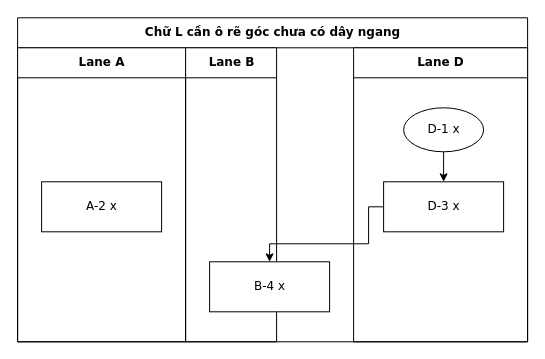
Before: conformance/merge/fuzz-12/flow.drawio in luytbq/flowcast, a draw.io diagram. Source tidied: cells renumbered, new cells numbered last; positions are measured from the earlier drawing's top-left corner, leaving out a move shared by most shapes. Both pictures are drawn from the tidied source at 100%, with x=0, y=0 at pixel (17, 17).
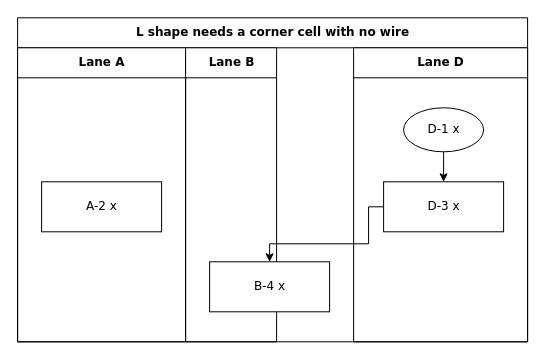
After the change.

What changed in the source:
```diff
@@
 <mxGraphModel>
   <root>
     <mxCell id="0" />
     <mxCell id="1" parent="0" />
-    <mxCell id="2" value="Chữ L cần ô rẽ góc chưa có dây ngang" style="swimlane;html=1;startSize=30;fontStyle=1;fontFamily=Verdana;fontSize=12;flowtable=1;" parent="1" vertex="1">
+    <mxCell id="2" value="L shape needs a corner cell with no wire" style="swimlane;html=1;startSize=30;fontStyle=1;fontFamily=Verdana;fontSize=12;flowtable=1;" parent="1" vertex="1">
       <mxGeometry x="0.1" y="0.3" width="510" height="324" as="geometry" />
     </mxCell>
     <mxCell id="3" value="Lane A" style="swimlane;html=1;startSize=30;fontFamily=Verdana;fontSize=12;flowtable=1;" parent="2" vertex="1">
       <mxGeometry y="30" width="168" height="294" as="geometry" />
     </mxCell>
     <mxCell id="4" value="Lane B" style="swimlane;html=1;startSize=30;fontFamily=Verdana;fontSize=12;flowtable=1;" parent="2" vertex="1">
       <mxGeometry x="168" y="30" width="91" height="294" as="geometry" />
     </mxCell>
     <mxCell id="5" value="Lane D" style="swimlane;html=1;startSize=30;fontFamily=Verdana;fontSize=12;flowtable=1;" parent="2" vertex="1">
       <mxGeometry x="336" y="30" width="174" height="294" as="geometry" />
     </mxCell>
     <mxCell id="6" value="D-1 x" style="ellipse;html=1;fontFamily=Verdana;fontSize=12;flowtable=1;" parent="5" vertex="1">
       <mxGeometry x="50" y="60" width="80" height="44" as="geometry" />
     </mxCell>
     <mxCell id="7" value="A-2 x" style="rounded=0;html=1;fontFamily=Verdana;fontSize=12;flowtable=1;" parent="3" vertex="1">
       <mxGeometry x="24" y="134" width="120" height="50" as="geometry" />
     </mxCell>
     <mxCell id="8" value="D-3 x" style="rounded=0;html=1;fontFamily=Verdana;fontSize=12;flowtable=1;" parent="5" vertex="1">
       <mxGeometry x="30" y="134" width="120" height="50" as="geometry" />
     </mxCell>
     <mxCell id="9" value="B-4 x" style="rounded=0;html=1;fontFamily=Verdana;fontSize=12;flowtable=1;" parent="4" vertex="1">
       <mxGeometry x="24" y="214" width="120" height="50" as="geometry" />
     </mxCell>
     <mxCell id="10" style="edgeStyle=orthogonalEdgeStyle;rounded=0;jettySize=auto;html=1;labelBackgroundColor=default;exitX=0.5;exitY=1;exitDx=0;exitDy=0;entryX=0.5;entryY=0;entryDx=0;entryDy=0;fontFamily=Verdana;fontSize=12;flowtable=1;" parent="2" edge="1" source="6" target="8">
       <mxGeometry relative="1" as="geometry" />
     </mxCell>
     <mxCell id="11" style="edgeStyle=orthogonalEdgeStyle;rounded=0;jettySize=auto;html=1;labelBackgroundColor=default;exitX=0;exitY=0.5;exitDx=0;exitDy=0;entryX=0.5;entryY=0;entryDx=0;entryDy=0;fontFamily=Verdana;fontSize=12;flowtable=1;" parent="2" edge="1" source="8" target="9">
       <mxGeometry relative="1" as="geometry">
         <Array as="points">
           <mxPoint x="351" y="189" />
           <mxPoint x="351" y="226" />
           <mxPoint x="252" y="226" />
         </Array>
       </mxGeometry>
     </mxCell>
   </root>
 </mxGraphModel>
```
